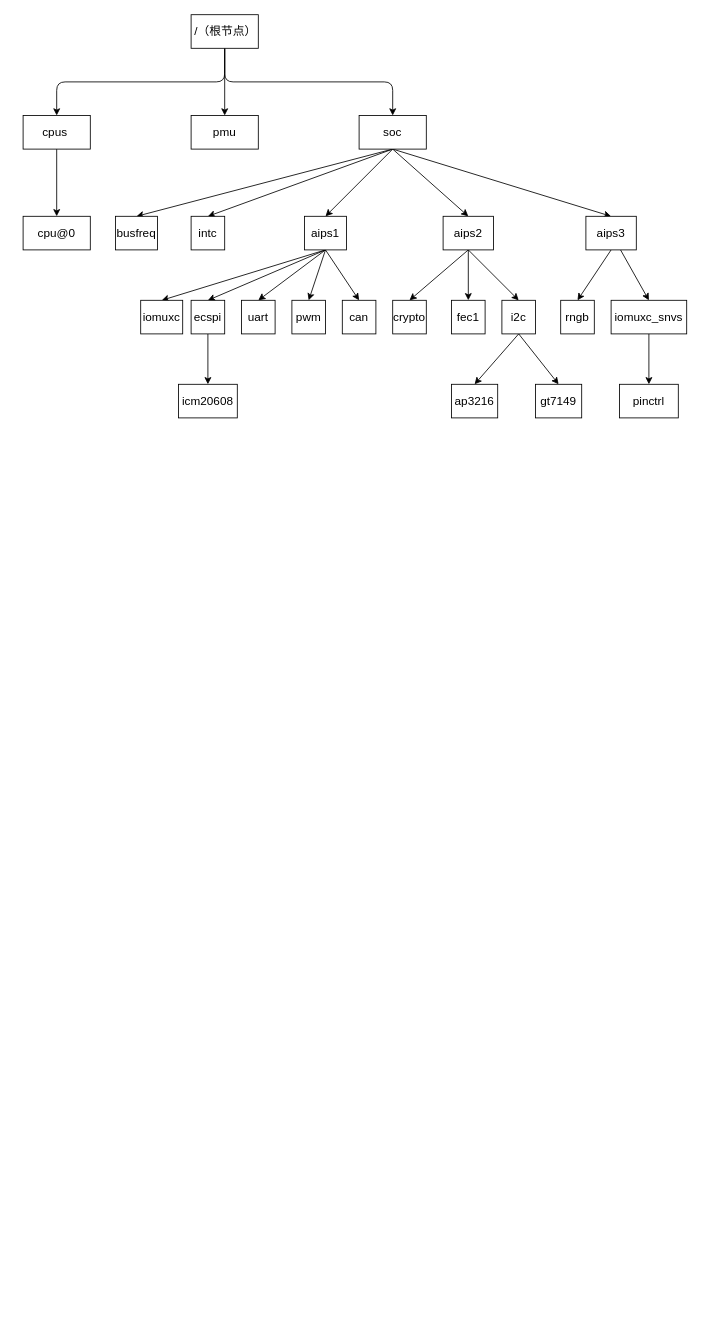
Before: page "device_tree" (2 of 11) of src/file/tree.drawio in zc110747/build_embed_linux_system, a draw.io diagram. Source tidied: cells renumbered, new cells numbered last; positions are measured from the earlier drawing's top-left corner, leaving out a move shared by most shapes. Both pictures are drawn from the tidied source at 84%, with x=0, y=0 at pixel (23, 14).
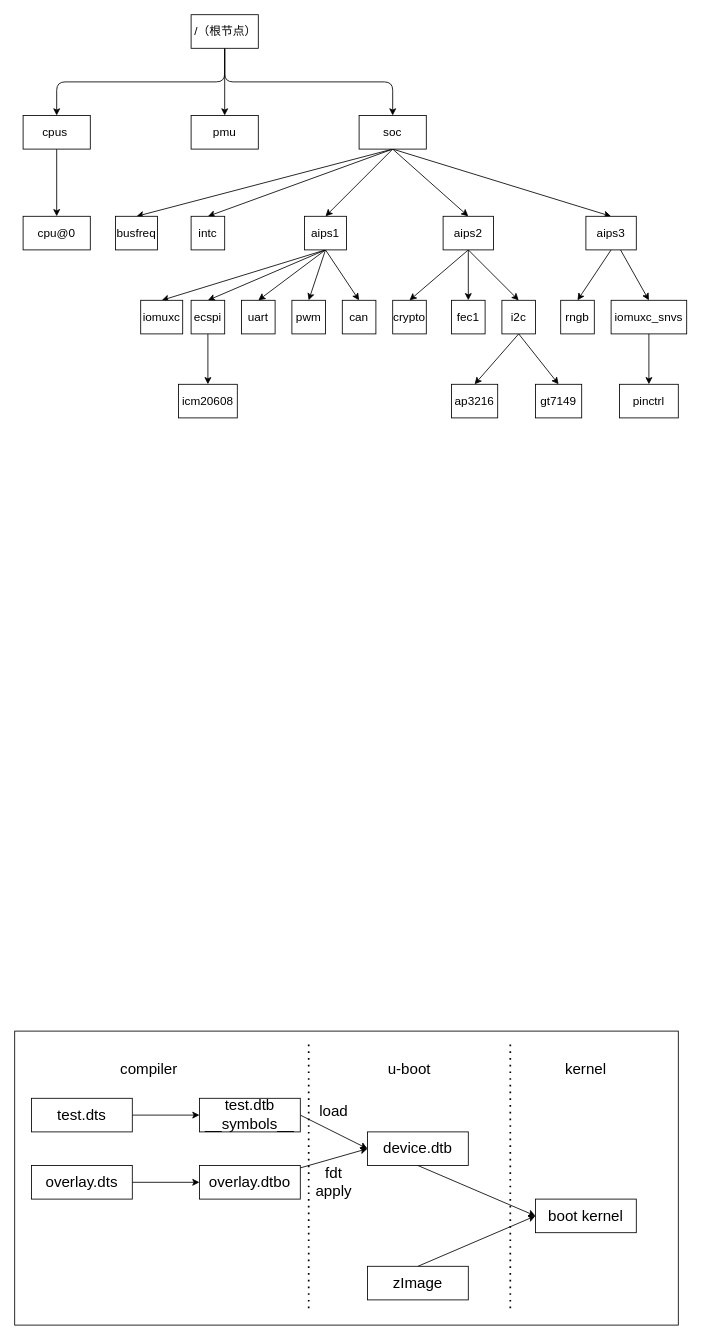
The same diagram, later.

Diff of the diagram source:
```diff
@@
+    <mxCell id="49" style="rounded=0;whiteSpace=wrap;html=1;fontSize=18;" parent="1" vertex="1">
+      <mxGeometry x="-10" y="1210" width="790" height="350" as="geometry" />
+    </mxCell>
@@
+    <mxCell id="50" style="edgeStyle=none;html=1;entryX=0;entryY=0.5;entryDx=0;entryDy=0;fontSize=18;" parent="1" edge="1" source="51" target="53">
+      <mxGeometry relative="1" as="geometry" />
+    </mxCell>
+    <mxCell id="51" value="test.dts" style="rounded=0;whiteSpace=wrap;html=1;fontSize=18;" parent="1" vertex="1">
+      <mxGeometry x="10" y="1290" width="120" height="40" as="geometry" />
+    </mxCell>
+    <mxCell id="52" style="edgeStyle=none;html=1;entryX=0;entryY=0.5;entryDx=0;entryDy=0;fontSize=18;exitX=1;exitY=0.5;exitDx=0;exitDy=0;" parent="1" edge="1" source="53" target="59">
+      <mxGeometry relative="1" as="geometry" />
+    </mxCell>
+    <mxCell id="53" value="test.dtb&lt;br style=&quot;font-size: 18px;&quot;&gt;__symbols__" style="rounded=0;whiteSpace=wrap;html=1;fontSize=18;" parent="1" vertex="1">
+      <mxGeometry x="210" y="1290" width="120" height="40" as="geometry" />
+    </mxCell>
+    <mxCell id="54" style="edgeStyle=none;html=1;fontSize=18;" parent="1" edge="1" source="55" target="57">
+      <mxGeometry relative="1" as="geometry" />
+    </mxCell>
+    <mxCell id="55" value="overlay.dts" style="rounded=0;whiteSpace=wrap;html=1;fontSize=18;" parent="1" vertex="1">
+      <mxGeometry x="10" y="1370" width="120" height="40" as="geometry" />
+    </mxCell>
+    <mxCell id="56" style="edgeStyle=none;html=1;entryX=0;entryY=0.5;entryDx=0;entryDy=0;fontSize=18;" parent="1" edge="1" source="57" target="59">
+      <mxGeometry relative="1" as="geometry" />
+    </mxCell>
+    <mxCell id="57" value="overlay.dtbo" style="rounded=0;whiteSpace=wrap;html=1;fontSize=18;" parent="1" vertex="1">
+      <mxGeometry x="210" y="1370" width="120" height="40" as="geometry" />
+    </mxCell>
+    <mxCell id="58" style="edgeStyle=none;html=1;fontSize=18;entryX=0;entryY=0.5;entryDx=0;entryDy=0;exitX=0.5;exitY=1;exitDx=0;exitDy=0;" parent="1" edge="1" source="59" target="62">
+      <mxGeometry relative="1" as="geometry" />
+    </mxCell>
+    <mxCell id="59" value="device.dtb" style="rounded=0;whiteSpace=wrap;html=1;fontSize=18;" parent="1" vertex="1">
+      <mxGeometry x="410" y="1330" width="120" height="40" as="geometry" />
+    </mxCell>
+    <mxCell id="60" style="edgeStyle=none;html=1;entryX=0;entryY=0.5;entryDx=0;entryDy=0;fontSize=18;exitX=0.5;exitY=0;exitDx=0;exitDy=0;" parent="1" edge="1" source="61" target="62">
+      <mxGeometry relative="1" as="geometry" />
+    </mxCell>
+    <mxCell id="61" value="zImage" style="rounded=0;whiteSpace=wrap;html=1;fontSize=18;" parent="1" vertex="1">
+      <mxGeometry x="410" y="1490" width="120" height="40" as="geometry" />
+    </mxCell>
+    <mxCell id="62" value="boot kernel" style="rounded=0;whiteSpace=wrap;html=1;fontSize=18;" parent="1" vertex="1">
+      <mxGeometry x="610" y="1410" width="120" height="40" as="geometry" />
+    </mxCell>
+    <mxCell id="63" value="load" style="text;html=1;strokeColor=none;fillColor=none;align=center;verticalAlign=middle;whiteSpace=wrap;rounded=0;fontSize=18;" parent="1" vertex="1">
+      <mxGeometry x="340" y="1290" width="60" height="30" as="geometry" />
+    </mxCell>
+    <mxCell id="64" value="fdt apply" style="text;html=1;strokeColor=none;fillColor=none;align=center;verticalAlign=middle;whiteSpace=wrap;rounded=0;fontSize=18;" parent="1" vertex="1">
+      <mxGeometry x="340" y="1370" width="60" height="40" as="geometry" />
+    </mxCell>
+    <mxCell id="65" style="endArrow=none;dashed=1;html=1;dashPattern=1 3;strokeWidth=2;fontSize=18;" parent="1" edge="1">
+      <mxGeometry relative="1" as="geometry">
+        <mxPoint x="340" y="1540" as="sourcePoint" />
+        <mxPoint x="340" y="1220" as="targetPoint" />
+      </mxGeometry>
+    </mxCell>
+    <mxCell id="66" style="endArrow=none;dashed=1;html=1;dashPattern=1 3;strokeWidth=2;fontSize=18;" parent="1" edge="1">
+      <mxGeometry relative="1" as="geometry">
+        <mxPoint x="580" y="1540" as="sourcePoint" />
+        <mxPoint x="580" y="1220" as="targetPoint" />
+      </mxGeometry>
+    </mxCell>
+    <mxCell id="67" value="compiler" style="text;html=1;strokeColor=none;fillColor=none;align=center;verticalAlign=middle;whiteSpace=wrap;rounded=0;fontSize=18;" parent="1" vertex="1">
+      <mxGeometry x="120" y="1240" width="60" height="30" as="geometry" />
+    </mxCell>
+    <mxCell id="68" value="u-boot" style="text;html=1;strokeColor=none;fillColor=none;align=center;verticalAlign=middle;whiteSpace=wrap;rounded=0;fontSize=18;" parent="1" vertex="1">
+      <mxGeometry x="430" y="1240" width="60" height="30" as="geometry" />
+    </mxCell>
+    <mxCell id="69" value="kernel" style="text;html=1;strokeColor=none;fillColor=none;align=center;verticalAlign=middle;whiteSpace=wrap;rounded=0;fontSize=18;" parent="1" vertex="1">
+      <mxGeometry x="640" y="1240" width="60" height="30" as="geometry" />
+    </mxCell>
```
